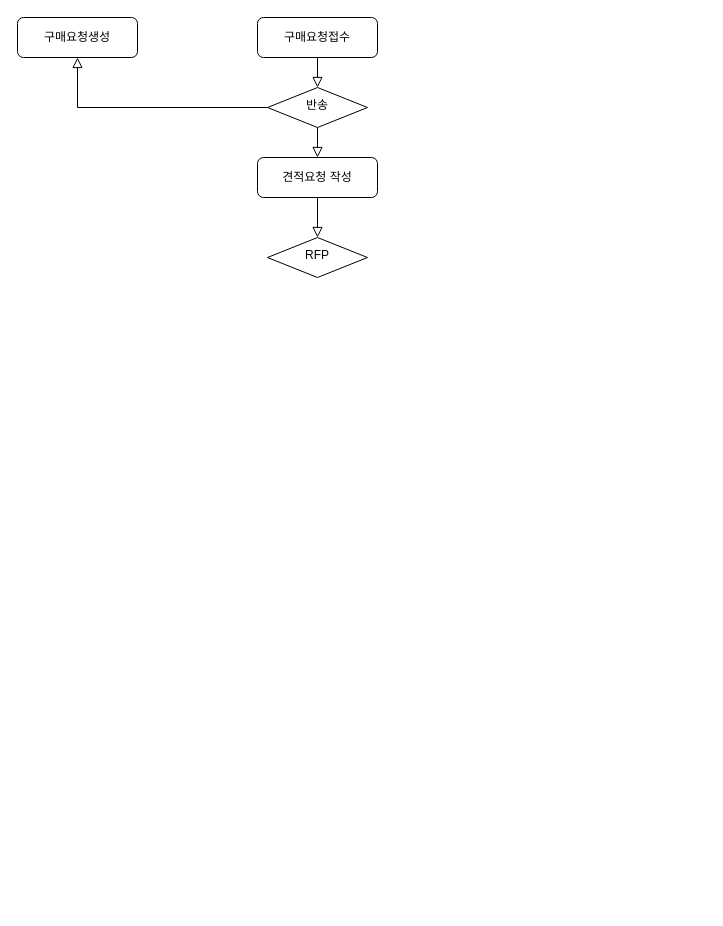
Above: RFx.drawio in kisspa-source/draw (draw.io), before the change. Source tidied: cells renumbered, new cells numbered last; positions are measured from the earlier drawing's top-left corner, leaving out a move shared by most shapes. Both pictures are drawn from the tidied source at 100%, with x=0, y=0 at pixel (17, 17).
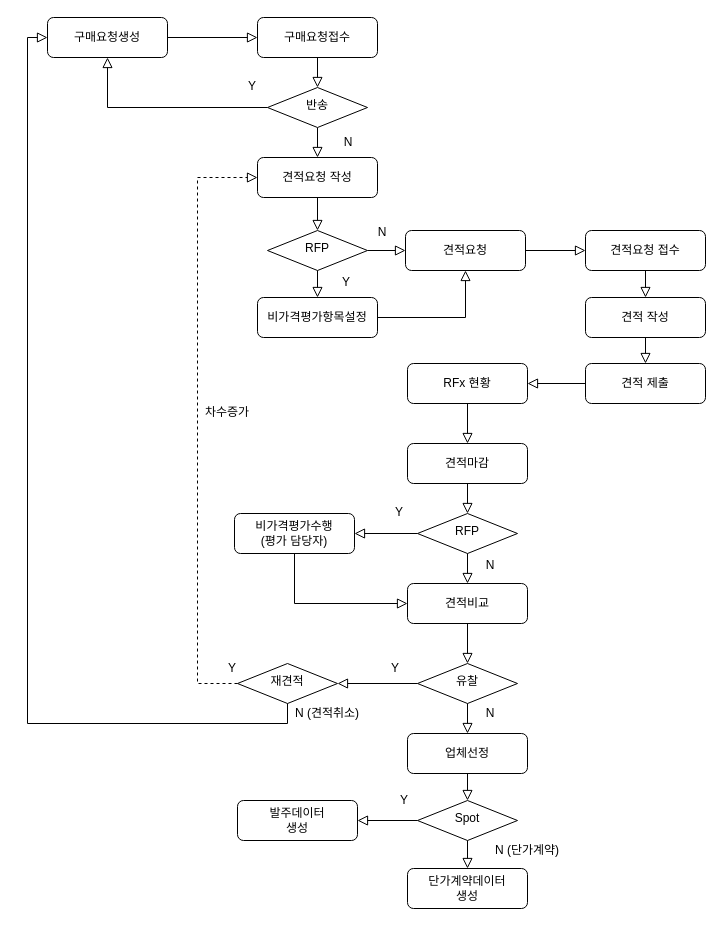
After the change.

Unchanged cells that the change refers to:
```xml
<mxCell id="4" value="구매요청접수" style="rounded=1;whiteSpace=wrap;html=1;fontSize=12;glass=0;strokeWidth=1;shadow=0;" parent="1" vertex="1">
  <mxGeometry x="240" width="120" height="40" as="geometry" />
</mxCell>
<mxCell id="5" value="반송" style="rhombus;whiteSpace=wrap;html=1;shadow=0;fontFamily=Helvetica;fontSize=12;align=center;strokeWidth=1;spacing=6;spacingTop=-4;" parent="1" vertex="1">
  <mxGeometry x="250" y="70" width="100" height="40" as="geometry" />
</mxCell>
<mxCell id="8" value="견적요청 작성" style="rounded=1;whiteSpace=wrap;html=1;fontSize=12;glass=0;strokeWidth=1;shadow=0;" parent="1" vertex="1">
  <mxGeometry x="240" y="140" width="120" height="40" as="geometry" />
</mxCell>
```

Change to the diagram source:
```diff
@@
-    <mxCell id="2" style="rounded=0;html=1;jettySize=auto;fontSize=11;endArrow=block;endFill=0;endSize=8;strokeWidth=1;shadow=0;labelBackgroundColor=none;edgeStyle=orthogonalEdgeStyle;entryX=0.5;entryY=0;entryDx=0;entryDy=0;exitX=0.5;exitY=1;exitDx=0;exitDy=0;" parent="1" edge="1" source="5" target="8">
+    <mxCell id="2" style="rounded=0;html=1;jettySize=auto;fontSize=11;endArrow=block;endFill=0;endSize=8;strokeWidth=1;shadow=0;labelBackgroundColor=none;entryX=0.5;entryY=0;entryDx=0;entryDy=0;exitX=0.5;exitY=1;exitDx=0;exitDy=0;" parent="1" edge="1" source="5" target="8">
       <mxGeometry relative="1" as="geometry" />
     </mxCell>
     <mxCell id="3" value="구매요청생성" style="rounded=1;whiteSpace=wrap;html=1;fontSize=12;glass=0;strokeWidth=1;shadow=0;" parent="1" vertex="1">
-      <mxGeometry width="120" height="40" as="geometry" />
+      <mxGeometry x="30" width="120" height="40" as="geometry" />
     </mxCell>
@@
-    <mxCell id="7" style="rounded=0;html=1;jettySize=auto;fontSize=11;endArrow=block;endFill=0;endSize=8;strokeWidth=1;shadow=0;labelBackgroundColor=none;edgeStyle=orthogonalEdgeStyle;entryX=0.5;entryY=1;entryDx=0;entryDy=0;exitX=0;exitY=0.5;exitDx=0;exitDy=0;" parent="1" edge="1" source="5" target="3">
+    <mxCell id="7" style="rounded=0;html=1;jettySize=auto;fontSize=11;endArrow=block;endFill=0;endSize=8;strokeWidth=1;shadow=0;labelBackgroundColor=none;edgeStyle=orthogonalEdgeStyle;entryX=0;entryY=0.5;entryDx=0;entryDy=0;exitX=1;exitY=0.5;exitDx=0;exitDy=0;" parent="1" edge="1" source="9" target="13">
       <mxGeometry relative="1" as="geometry" />
     </mxCell>
@@
     <mxCell id="9" value="RFP" style="rhombus;whiteSpace=wrap;html=1;shadow=0;fontFamily=Helvetica;fontSize=12;align=center;strokeWidth=1;spacing=6;spacingTop=-4;" parent="1" vertex="1">
-      <mxGeometry x="250" y="220" width="100" height="40" as="geometry" />
+      <mxGeometry x="250" y="213" width="100" height="40" as="geometry" />
     </mxCell>
-    <mxCell id="10" style="rounded=0;html=1;jettySize=auto;fontSize=11;endArrow=block;endFill=0;endSize=8;strokeWidth=1;shadow=0;labelBackgroundColor=none;edgeStyle=orthogonalEdgeStyle;entryX=0.5;entryY=0;entryDx=0;entryDy=0;exitX=0.5;exitY=1;exitDx=0;exitDy=0;" parent="1" edge="1" source="8" target="9">
+    <mxCell id="10" style="rounded=0;html=1;jettySize=auto;fontSize=11;endArrow=block;endFill=0;endSize=8;strokeWidth=1;shadow=0;labelBackgroundColor=none;entryX=0.5;entryY=0;entryDx=0;entryDy=0;exitX=0.5;exitY=1;exitDx=0;exitDy=0;" parent="1" edge="1" source="9" target="15">
       <mxGeometry relative="1" as="geometry" />
     </mxCell>
+    <mxCell id="11" value="N" style="text;html=1;strokeColor=none;fillColor=none;align=center;verticalAlign=middle;whiteSpace=wrap;rounded=0;" parent="1" vertex="1">
+      <mxGeometry x="316" y="110" width="30" height="30" as="geometry" />
+    </mxCell>
+    <mxCell id="12" value="Y" style="text;html=1;strokeColor=none;fillColor=none;align=center;verticalAlign=middle;whiteSpace=wrap;rounded=0;" parent="1" vertex="1">
+      <mxGeometry x="220" y="54" width="30" height="30" as="geometry" />
+    </mxCell>
+    <mxCell id="13" value="견적요청" style="rounded=1;whiteSpace=wrap;html=1;fontSize=12;glass=0;strokeWidth=1;shadow=0;" parent="1" vertex="1">
+      <mxGeometry x="388" y="213" width="120" height="40" as="geometry" />
+    </mxCell>
+    <mxCell id="14" value="N" style="text;html=1;strokeColor=none;fillColor=none;align=center;verticalAlign=middle;whiteSpace=wrap;rounded=0;" parent="1" vertex="1">
+      <mxGeometry x="459" y="533" width="28" height="30" as="geometry" />
+    </mxCell>
+    <mxCell id="15" value="비가격평가항목설정" style="rounded=1;whiteSpace=wrap;html=1;fontSize=12;glass=0;strokeWidth=1;shadow=0;" parent="1" vertex="1">
+      <mxGeometry x="240" y="280" width="120" height="40" as="geometry" />
+    </mxCell>
+    <mxCell id="16" style="rounded=0;html=1;jettySize=auto;fontSize=11;endArrow=block;endFill=0;endSize=8;strokeWidth=1;shadow=0;labelBackgroundColor=none;entryX=0.5;entryY=0;entryDx=0;entryDy=0;exitX=0.5;exitY=1;exitDx=0;exitDy=0;" parent="1" edge="1" source="8" target="9">
+      <mxGeometry relative="1" as="geometry" />
+    </mxCell>
+    <mxCell id="17" value="Y" style="text;html=1;strokeColor=none;fillColor=none;align=center;verticalAlign=middle;whiteSpace=wrap;rounded=0;" parent="1" vertex="1">
+      <mxGeometry x="319" y="250" width="20" height="30" as="geometry" />
+    </mxCell>
+    <mxCell id="18" style="rounded=0;html=1;jettySize=auto;fontSize=11;endArrow=block;endFill=0;endSize=8;strokeWidth=1;shadow=0;labelBackgroundColor=none;entryX=0;entryY=0.5;entryDx=0;entryDy=0;exitX=1;exitY=0.5;exitDx=0;exitDy=0;" parent="1" edge="1" source="3" target="4">
+      <mxGeometry relative="1" as="geometry" />
+    </mxCell>
+    <mxCell id="19" style="rounded=0;html=1;jettySize=auto;fontSize=11;endArrow=block;endFill=0;endSize=8;strokeWidth=1;shadow=0;labelBackgroundColor=none;entryX=0.5;entryY=1;entryDx=0;entryDy=0;exitX=0;exitY=0.5;exitDx=0;exitDy=0;edgeStyle=orthogonalEdgeStyle;" parent="1" edge="1" source="5" target="3">
+      <mxGeometry relative="1" as="geometry" />
+    </mxCell>
+    <mxCell id="20" style="rounded=0;html=1;jettySize=auto;fontSize=11;endArrow=block;endFill=0;endSize=8;strokeWidth=1;shadow=0;labelBackgroundColor=none;edgeStyle=orthogonalEdgeStyle;entryX=0.5;entryY=1;entryDx=0;entryDy=0;exitX=1;exitY=0.5;exitDx=0;exitDy=0;" parent="1" edge="1" source="15" target="13">
+      <mxGeometry relative="1" as="geometry" />
+    </mxCell>
+    <mxCell id="21" value="견적요청 접수" style="rounded=1;whiteSpace=wrap;html=1;fontSize=12;glass=0;strokeWidth=1;shadow=0;" parent="1" vertex="1">
+      <mxGeometry x="568" y="213" width="120" height="40" as="geometry" />
+    </mxCell>
+    <mxCell id="22" style="rounded=0;html=1;jettySize=auto;fontSize=11;endArrow=block;endFill=0;endSize=8;strokeWidth=1;shadow=0;labelBackgroundColor=none;exitX=1;exitY=0.5;exitDx=0;exitDy=0;entryX=0;entryY=0.5;entryDx=0;entryDy=0;" parent="1" edge="1" source="13" target="21">
+      <mxGeometry relative="1" as="geometry" />
+    </mxCell>
+    <mxCell id="23" value="견적 작성" style="rounded=1;whiteSpace=wrap;html=1;fontSize=12;glass=0;strokeWidth=1;shadow=0;" parent="1" vertex="1">
+      <mxGeometry x="568" y="280" width="120" height="40" as="geometry" />
+    </mxCell>
+    <mxCell id="24" value="견적 제출" style="rounded=1;whiteSpace=wrap;html=1;fontSize=12;glass=0;strokeWidth=1;shadow=0;" parent="1" vertex="1">
+      <mxGeometry x="568" y="346" width="120" height="40" as="geometry" />
+    </mxCell>
+    <mxCell id="25" value="RFx 현황" style="rounded=1;whiteSpace=wrap;html=1;fontSize=12;glass=0;strokeWidth=1;shadow=0;" parent="1" vertex="1">
+      <mxGeometry x="390" y="346" width="120" height="40" as="geometry" />
+    </mxCell>
+    <mxCell id="26" value="견적마감" style="rounded=1;whiteSpace=wrap;html=1;fontSize=12;glass=0;strokeWidth=1;shadow=0;" parent="1" vertex="1">
+      <mxGeometry x="390" y="426" width="120" height="40" as="geometry" />
+    </mxCell>
+    <mxCell id="27" value="RFP" style="rhombus;whiteSpace=wrap;html=1;shadow=0;fontFamily=Helvetica;fontSize=12;align=center;strokeWidth=1;spacing=6;spacingTop=-4;" parent="1" vertex="1">
+      <mxGeometry x="400" y="496" width="100" height="40" as="geometry" />
+    </mxCell>
+    <mxCell id="28" style="rounded=0;html=1;jettySize=auto;fontSize=11;endArrow=block;endFill=0;endSize=8;strokeWidth=1;shadow=0;labelBackgroundColor=none;exitX=0.5;exitY=1;exitDx=0;exitDy=0;entryX=0.5;entryY=0;entryDx=0;entryDy=0;" parent="1" edge="1" source="21" target="23">
+      <mxGeometry relative="1" as="geometry" />
+    </mxCell>
+    <mxCell id="29" style="rounded=0;html=1;jettySize=auto;fontSize=11;endArrow=block;endFill=0;endSize=8;strokeWidth=1;shadow=0;labelBackgroundColor=none;exitX=0.5;exitY=1;exitDx=0;exitDy=0;entryX=0.5;entryY=0;entryDx=0;entryDy=0;" parent="1" edge="1" source="23" target="24">
+      <mxGeometry relative="1" as="geometry" />
+    </mxCell>
+    <mxCell id="30" style="rounded=0;html=1;jettySize=auto;fontSize=11;endArrow=block;endFill=0;endSize=8;strokeWidth=1;shadow=0;labelBackgroundColor=none;exitX=0;exitY=0.5;exitDx=0;exitDy=0;entryX=1;entryY=0.5;entryDx=0;entryDy=0;" parent="1" edge="1" source="24" target="25">
+      <mxGeometry relative="1" as="geometry" />
+    </mxCell>
+    <mxCell id="31" style="rounded=0;html=1;jettySize=auto;fontSize=11;endArrow=block;endFill=0;endSize=8;strokeWidth=1;shadow=0;labelBackgroundColor=none;exitX=0.5;exitY=1;exitDx=0;exitDy=0;entryX=0.5;entryY=0;entryDx=0;entryDy=0;" parent="1" edge="1" source="25" target="26">
+      <mxGeometry relative="1" as="geometry" />
+    </mxCell>
+    <mxCell id="32" style="rounded=0;html=1;jettySize=auto;fontSize=11;endArrow=block;endFill=0;endSize=8;strokeWidth=1;shadow=0;labelBackgroundColor=none;exitX=0.5;exitY=1;exitDx=0;exitDy=0;entryX=0.5;entryY=0;entryDx=0;entryDy=0;" parent="1" edge="1" source="26" target="27">
+      <mxGeometry relative="1" as="geometry" />
+    </mxCell>
+    <mxCell id="33" value="비가격평가수행&lt;br&gt;(평가 담당자)" style="rounded=1;whiteSpace=wrap;html=1;fontSize=12;glass=0;strokeWidth=1;shadow=0;" parent="1" vertex="1">
+      <mxGeometry x="217" y="496" width="120" height="40" as="geometry" />
+    </mxCell>
+    <mxCell id="34" value="견적비교" style="rounded=1;whiteSpace=wrap;html=1;fontSize=12;glass=0;strokeWidth=1;shadow=0;" parent="1" vertex="1">
+      <mxGeometry x="390" y="566" width="120" height="40" as="geometry" />
+    </mxCell>
+    <mxCell id="35" style="rounded=0;html=1;jettySize=auto;fontSize=11;endArrow=block;endFill=0;endSize=8;strokeWidth=1;shadow=0;labelBackgroundColor=none;exitX=0.5;exitY=1;exitDx=0;exitDy=0;entryX=0.5;entryY=0;entryDx=0;entryDy=0;" parent="1" edge="1" source="27" target="34">
+      <mxGeometry relative="1" as="geometry" />
+    </mxCell>
+    <mxCell id="36" style="rounded=0;html=1;jettySize=auto;fontSize=11;endArrow=block;endFill=0;endSize=8;strokeWidth=1;shadow=0;labelBackgroundColor=none;edgeStyle=orthogonalEdgeStyle;exitX=0.5;exitY=1;exitDx=0;exitDy=0;entryX=0;entryY=0.5;entryDx=0;entryDy=0;" parent="1" edge="1" source="33" target="34">
+      <mxGeometry relative="1" as="geometry" />
+    </mxCell>
+    <mxCell id="37" value="유찰" style="rhombus;whiteSpace=wrap;html=1;shadow=0;fontFamily=Helvetica;fontSize=12;align=center;strokeWidth=1;spacing=6;spacingTop=-4;" parent="1" vertex="1">
+      <mxGeometry x="400" y="646" width="100" height="40" as="geometry" />
+    </mxCell>
+    <mxCell id="38" style="rounded=0;html=1;jettySize=auto;fontSize=11;endArrow=block;endFill=0;endSize=8;strokeWidth=1;shadow=0;labelBackgroundColor=none;exitX=0.5;exitY=1;exitDx=0;exitDy=0;entryX=0.5;entryY=0;entryDx=0;entryDy=0;" parent="1" edge="1" source="34" target="37">
+      <mxGeometry relative="1" as="geometry" />
+    </mxCell>
+    <mxCell id="39" value="업체선정" style="rounded=1;whiteSpace=wrap;html=1;fontSize=12;glass=0;strokeWidth=1;shadow=0;" parent="1" vertex="1">
+      <mxGeometry x="390" y="716" width="120" height="40" as="geometry" />
+    </mxCell>
+    <mxCell id="40" style="rounded=0;html=1;jettySize=auto;fontSize=11;endArrow=block;endFill=0;endSize=8;strokeWidth=1;shadow=0;labelBackgroundColor=none;exitX=0.5;exitY=1;exitDx=0;exitDy=0;entryX=0.5;entryY=0;entryDx=0;entryDy=0;" parent="1" edge="1" source="37" target="39">
+      <mxGeometry relative="1" as="geometry" />
+    </mxCell>
+    <mxCell id="41" value="재견적" style="rhombus;whiteSpace=wrap;html=1;shadow=0;fontFamily=Helvetica;fontSize=12;align=center;strokeWidth=1;spacing=6;spacingTop=-4;" parent="1" vertex="1">
+      <mxGeometry x="220" y="646" width="100" height="40" as="geometry" />
+    </mxCell>
+    <mxCell id="42" style="rounded=0;html=1;jettySize=auto;fontSize=11;endArrow=block;endFill=0;endSize=8;strokeWidth=1;shadow=0;labelBackgroundColor=none;edgeStyle=orthogonalEdgeStyle;exitX=0;exitY=0.5;exitDx=0;exitDy=0;entryX=1;entryY=0.5;entryDx=0;entryDy=0;" parent="1" edge="1" source="37" target="41">
+      <mxGeometry relative="1" as="geometry" />
+    </mxCell>
+    <mxCell id="43" value="Y" style="text;html=1;strokeColor=none;fillColor=none;align=center;verticalAlign=middle;whiteSpace=wrap;rounded=0;" parent="1" vertex="1">
+      <mxGeometry x="360" y="480" width="44" height="30" as="geometry" />
+    </mxCell>
+    <mxCell id="44" value="Y" style="text;html=1;strokeColor=none;fillColor=none;align=center;verticalAlign=middle;whiteSpace=wrap;rounded=0;" parent="1" vertex="1">
+      <mxGeometry x="360" y="636" width="36" height="30" as="geometry" />
+    </mxCell>
+    <mxCell id="45" value="N" style="text;html=1;strokeColor=none;fillColor=none;align=center;verticalAlign=middle;whiteSpace=wrap;rounded=0;" parent="1" vertex="1">
+      <mxGeometry x="458" y="681" width="30" height="30" as="geometry" />
+    </mxCell>
+    <mxCell id="46" style="html=1;jettySize=auto;fontSize=11;endArrow=block;endFill=0;endSize=8;strokeWidth=1;shadow=0;labelBackgroundColor=none;edgeStyle=orthogonalEdgeStyle;exitX=0;exitY=0.5;exitDx=0;exitDy=0;entryX=0;entryY=0.5;entryDx=0;entryDy=0;rounded=0;dashed=1;" parent="1" edge="1" source="41" target="8">
+      <mxGeometry relative="1" as="geometry">
+        <Array as="points">
+          <mxPoint x="180" y="666" />
+          <mxPoint x="180" y="160" />
+        </Array>
+      </mxGeometry>
+    </mxCell>
+    <mxCell id="47" value="Y" style="text;html=1;strokeColor=none;fillColor=none;align=center;verticalAlign=middle;whiteSpace=wrap;rounded=0;" parent="1" vertex="1">
+      <mxGeometry x="200" y="636" width="30" height="30" as="geometry" />
+    </mxCell>
+    <mxCell id="48" style="rounded=0;html=1;jettySize=auto;fontSize=11;endArrow=block;endFill=0;endSize=8;strokeWidth=1;shadow=0;labelBackgroundColor=none;edgeStyle=orthogonalEdgeStyle;exitX=0.5;exitY=1;exitDx=0;exitDy=0;entryX=0;entryY=0.5;entryDx=0;entryDy=0;" parent="1" edge="1" source="41" target="3">
+      <mxGeometry relative="1" as="geometry" />
+    </mxCell>
+    <mxCell id="49" value="Spot" style="rhombus;whiteSpace=wrap;html=1;shadow=0;fontFamily=Helvetica;fontSize=12;align=center;strokeWidth=1;spacing=6;spacingTop=-4;" parent="1" vertex="1">
+      <mxGeometry x="400" y="783" width="100" height="40" as="geometry" />
+    </mxCell>
+    <mxCell id="50" style="rounded=0;html=1;jettySize=auto;fontSize=11;endArrow=block;endFill=0;endSize=8;strokeWidth=1;shadow=0;labelBackgroundColor=none;exitX=0.5;exitY=1;exitDx=0;exitDy=0;entryX=0.5;entryY=0;entryDx=0;entryDy=0;" parent="1" edge="1" source="39" target="49">
+      <mxGeometry relative="1" as="geometry" />
+    </mxCell>
+    <mxCell id="51" value="단가계약데이터&lt;br&gt;생성" style="rounded=1;whiteSpace=wrap;html=1;fontSize=12;glass=0;strokeWidth=1;shadow=0;" parent="1" vertex="1">
+      <mxGeometry x="390" y="851" width="120" height="40" as="geometry" />
+    </mxCell>
+    <mxCell id="52" style="rounded=0;html=1;jettySize=auto;fontSize=11;endArrow=block;endFill=0;endSize=8;strokeWidth=1;shadow=0;labelBackgroundColor=none;entryX=0.5;entryY=0;entryDx=0;entryDy=0;exitX=0.5;exitY=1;exitDx=0;exitDy=0;" parent="1" edge="1" source="49" target="51">
+      <mxGeometry relative="1" as="geometry" />
+    </mxCell>
+    <mxCell id="53" value="N (단가계약)" style="text;html=1;strokeColor=none;fillColor=none;align=center;verticalAlign=middle;whiteSpace=wrap;rounded=0;" parent="1" vertex="1">
+      <mxGeometry x="460" y="818" width="100" height="30" as="geometry" />
+    </mxCell>
+    <mxCell id="54" value="발주데이터&lt;br&gt;생성" style="rounded=1;whiteSpace=wrap;html=1;fontSize=12;glass=0;strokeWidth=1;shadow=0;" parent="1" vertex="1">
+      <mxGeometry x="220" y="783" width="120" height="40" as="geometry" />
+    </mxCell>
+    <mxCell id="55" style="rounded=0;html=1;jettySize=auto;fontSize=11;endArrow=block;endFill=0;endSize=8;strokeWidth=1;shadow=0;labelBackgroundColor=none;exitX=0;exitY=0.5;exitDx=0;exitDy=0;entryX=1;entryY=0.5;entryDx=0;entryDy=0;" parent="1" edge="1" source="49" target="54">
+      <mxGeometry relative="1" as="geometry" />
+    </mxCell>
+    <mxCell id="56" value="Y" style="text;html=1;strokeColor=none;fillColor=none;align=center;verticalAlign=middle;whiteSpace=wrap;rounded=0;" parent="1" vertex="1">
+      <mxGeometry x="369" y="773" width="36" height="20" as="geometry" />
+    </mxCell>
+    <mxCell id="57" style="rounded=0;html=1;jettySize=auto;fontSize=11;endArrow=block;endFill=0;endSize=8;strokeWidth=1;shadow=0;labelBackgroundColor=none;edgeStyle=orthogonalEdgeStyle;exitX=0;exitY=0.5;exitDx=0;exitDy=0;entryX=1;entryY=0.5;entryDx=0;entryDy=0;" parent="1" edge="1" source="27" target="33">
+      <mxGeometry relative="1" as="geometry" />
+    </mxCell>
+    <mxCell id="58" value="N" style="text;html=1;strokeColor=none;fillColor=none;align=center;verticalAlign=middle;whiteSpace=wrap;rounded=0;" parent="1" vertex="1">
+      <mxGeometry x="350" y="200" width="30" height="30" as="geometry" />
+    </mxCell>
+    <mxCell id="59" value="N (견적취소)" style="text;html=1;strokeColor=none;fillColor=none;align=center;verticalAlign=middle;whiteSpace=wrap;rounded=0;" parent="1" vertex="1">
+      <mxGeometry x="270" y="681" width="80" height="30" as="geometry" />
+    </mxCell>
+    <mxCell id="60" value="차수증가" style="text;html=1;strokeColor=none;fillColor=none;align=center;verticalAlign=middle;whiteSpace=wrap;rounded=0;" parent="1" vertex="1">
+      <mxGeometry x="180" y="380" width="60" height="30" as="geometry" />
+    </mxCell>
```
